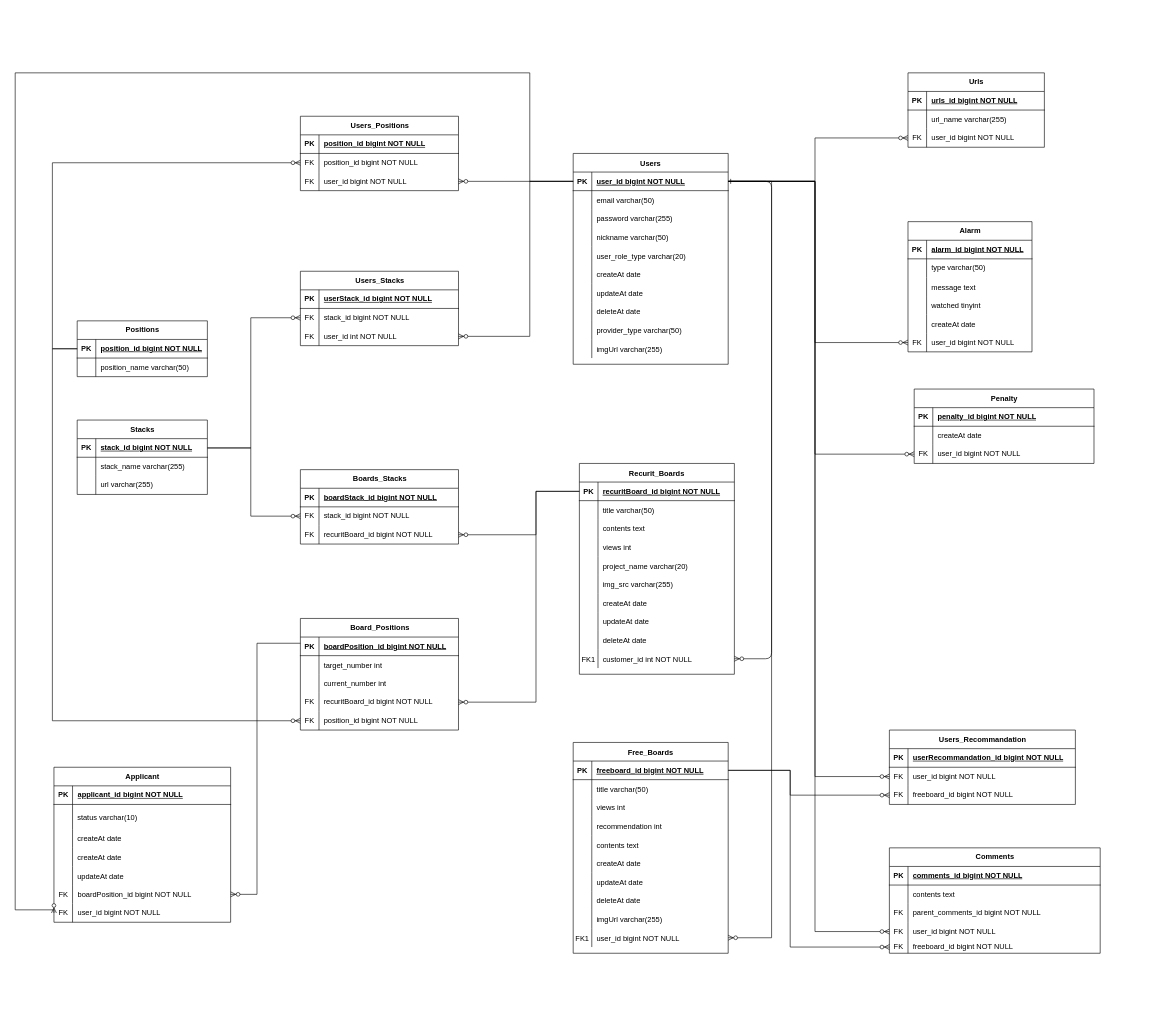
The draw.io diagram server/ERD.drawio in Side-Effect-Team/side-effect-backend, before the edit. Source tidied: cells renumbered, new cells numbered last; positions are measured from the earlier drawing's top-left corner, leaving out a move shared by most shapes. Both pictures are drawn from the tidied source at 62%, with x=0, y=0 at pixel (2, 73).
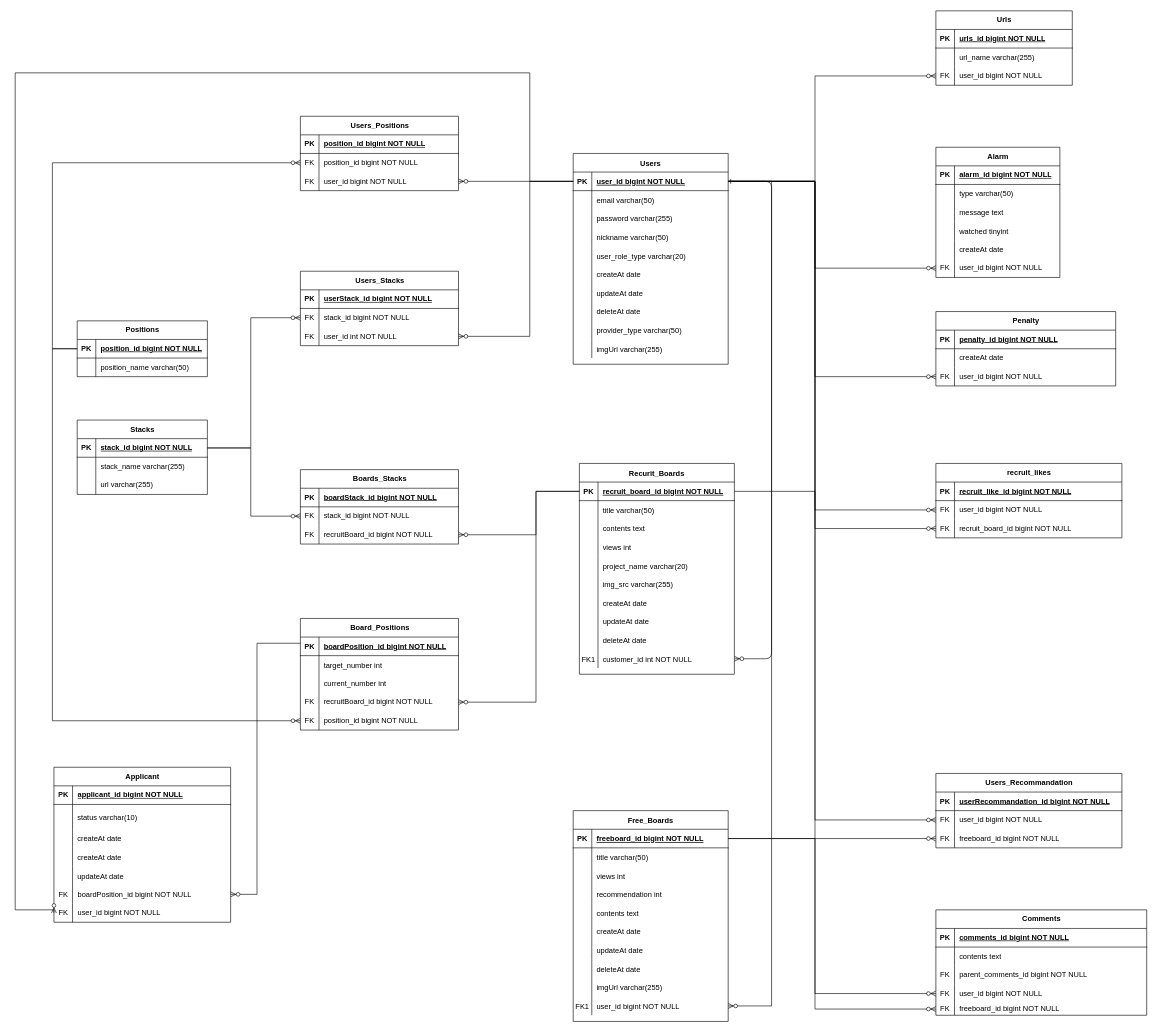
The same page after the edit.

The change refers to these unchanged cells:
```xml
<mxCell id="4" style="shape=partialRectangle;fillColor=none;points=[[0,0.5],[1,0.5]];portConstraint=eastwest;top=0;left=0;right=0;bottom=1;" parent="3" vertex="1">
  <mxGeometry y="30" width="250" height="30" as="geometry" />
</mxCell>
<mxCell id="35" style="shape=partialRectangle;fillColor=none;points=[[0,0.5],[1,0.5]];portConstraint=eastwest;top=0;left=0;right=0;bottom=1;" parent="34" vertex="1">
  <mxGeometry y="30" width="250" height="30" as="geometry" />
</mxCell>
<mxCell id="94" style="shape=tableRow;horizontal=0;startSize=0;swimlaneHead=0;swimlaneBody=0;fillColor=none;points=[[0,0.5],[1,0.5]];portConstraint=eastwest;top=0;left=0;right=0;bottom=0;" parent="87" vertex="1">
  <mxGeometry y="90" width="255" height="30" as="geometry" />
</mxCell>
<mxCell id="118" style="shape=tableRow;horizontal=0;startSize=0;swimlaneHead=0;swimlaneBody=0;fillColor=none;points=[[0,0.5],[1,0.5]];portConstraint=eastwest;top=0;left=0;right=0;bottom=0;" parent="108" vertex="1">
  <mxGeometry y="120" width="255" height="30" as="geometry" />
</mxCell>
<mxCell id="127" style="shape=partialRectangle;fillColor=none;points=[[0,0.5],[1,0.5]];portConstraint=eastwest;top=0;left=0;right=0;bottom=1;" parent="126" vertex="1">
  <mxGeometry y="30" width="250" height="30" as="geometry" />
</mxCell>
<mxCell id="164" style="shape=tableRow;horizontal=0;startSize=0;swimlaneHead=0;swimlaneBody=0;fillColor=none;points=[[0,0.5],[1,0.5]];portConstraint=eastwest;top=0;left=0;right=0;bottom=0;" parent="157" vertex="1">
  <mxGeometry y="90" width="300" height="30" as="geometry" />
</mxCell>
<mxCell id="182" style="shape=tableRow;horizontal=0;startSize=0;swimlaneHead=0;swimlaneBody=0;fillColor=none;points=[[0,0.5],[1,0.5]];portConstraint=eastwest;top=0;left=0;right=0;bottom=0;" parent="169" vertex="1">
  <mxGeometry y="150" width="340" height="20" as="geometry" />
</mxCell>
```

The edit, as a diff of the source:
```diff
@@
-    <mxCell id="6" value="recuritBoard_id bigint NOT NULL " style="shape=partialRectangle;overflow=hidden;fillColor=none;top=0;left=0;bottom=0;right=0;align=left;spacingLeft=6;fontStyle=5;" parent="4" vertex="1">
+    <mxCell id="6" value="recruit_board_id bigint NOT NULL " style="shape=partialRectangle;overflow=hidden;fillColor=none;top=0;left=0;bottom=0;right=0;align=left;spacingLeft=6;fontStyle=5;" parent="4" vertex="1">
       <mxGeometry x="30" width="220" height="30" as="geometry" />
     </mxCell>
@@
-    <mxCell id="96" value="recuritBoard_id bigint NOT NULL" style="shape=partialRectangle;fillColor=none;top=0;left=0;bottom=0;right=0;align=left;spacingLeft=6;fontStyle=0;overflow=hidden;whiteSpace=wrap;html=1;" parent="94" vertex="1">
+    <mxCell id="96" value="recruitBoard_id bigint NOT NULL" style="shape=partialRectangle;fillColor=none;top=0;left=0;bottom=0;right=0;align=left;spacingLeft=6;fontStyle=0;overflow=hidden;whiteSpace=wrap;html=1;" parent="94" vertex="1">
       <mxGeometry x="30" width="225" height="30" as="geometry" />
     </mxCell>
@@
-    <mxCell id="120" value="recuritBoard_id bigint NOT NULL" style="shape=partialRectangle;fillColor=none;top=0;left=0;bottom=0;right=0;align=left;spacingLeft=6;fontStyle=0;overflow=hidden;whiteSpace=wrap;html=1;" parent="118" vertex="1">
+    <mxCell id="120" value="recruitBoard_id bigint NOT NULL" style="shape=partialRectangle;fillColor=none;top=0;left=0;bottom=0;right=0;align=left;spacingLeft=6;fontStyle=0;overflow=hidden;whiteSpace=wrap;html=1;" parent="118" vertex="1">
       <mxGeometry x="30" width="225" height="30" as="geometry" />
     </mxCell>
@@
     <mxCell id="126" value="Free_Boards" style="shape=table;startSize=30;childLayout=tableLayout;rowLines=0;fontStyle=1;align=center;" parent="1" vertex="1">
-      <mxGeometry x="920" y="1080" width="250" height="340" as="geometry" />
+      <mxGeometry x="920" y="1190" width="250" height="340" as="geometry" />
     </mxCell>
@@
     <mxCell id="157" value="Users_Recommandation" style="shape=table;startSize=30;childLayout=tableLayout;rowLines=0;fontStyle=1;align=center;html=1;" parent="1" vertex="1">
-      <mxGeometry x="1430" y="1060" width="300" height="120" as="geometry" />
+      <mxGeometry x="1505" y="1130" width="300" height="120" as="geometry" />
     </mxCell>
@@
     <mxCell id="167" style="edgeStyle=elbowEdgeStyle;fontSize=12;html=1;endArrow=ERzeroToMany;endFill=1;rounded=0;exitX=1;exitY=0.5;exitDx=0;exitDy=0;entryX=0;entryY=0.5;entryDx=0;entryDy=0;" parent="1" edge="1" source="127" target="164">
       <mxGeometry relative="1" as="geometry">
         <Array as="points">
-          <mxPoint x="1270" y="1140" />
+          <mxPoint x="1310" y="1230" />
         </Array>
       </mxGeometry>
     </mxCell>
@@
     <mxCell id="169" value="Comments" style="shape=table;startSize=30;childLayout=tableLayout;rowLines=0;fontStyle=1;align=center;html=1;" parent="1" vertex="1">
-      <mxGeometry x="1430" y="1250" width="340" height="170" as="geometry" />
+      <mxGeometry x="1505" y="1350" width="340" height="170" as="geometry" />
     </mxCell>
@@
     <mxCell id="186" style="edgeStyle=elbowEdgeStyle;fontSize=12;html=1;endArrow=ERzeroToMany;endFill=1;rounded=0;entryX=0;entryY=0.5;entryDx=0;entryDy=0;exitX=1;exitY=0.5;exitDx=0;exitDy=0;" parent="1" edge="1" source="127" target="182">
       <mxGeometry relative="1" as="geometry">
         <Array as="points">
-          <mxPoint x="1270" y="1260" />
+          <mxPoint x="1310" y="1510" />
         </Array>
       </mxGeometry>
     </mxCell>
@@
     <mxCell id="188" value="Alarm" style="shape=table;startSize=30;childLayout=tableLayout;rowLines=0;fontStyle=1;align=center;html=1;" parent="1" vertex="1">
-      <mxGeometry x="1460" y="240" width="200" height="210" as="geometry" />
+      <mxGeometry x="1505" y="120" width="200" height="210" as="geometry" />
     </mxCell>
@@
     <mxCell id="208" value="Penalty" style="shape=table;startSize=30;childLayout=tableLayout;rowLines=0;fontStyle=1;align=center;html=1;" parent="1" vertex="1">
-      <mxGeometry x="1470" y="510" width="290" height="120" as="geometry" />
+      <mxGeometry x="1505" y="385" width="290" height="120" as="geometry" />
     </mxCell>
@@
     <mxCell id="231" value="Urls" style="shape=table;startSize=30;childLayout=tableLayout;rowLines=0;fontStyle=1;align=center;html=1;" parent="1" vertex="1">
-      <mxGeometry x="1460" width="220" height="120" as="geometry" />
+      <mxGeometry x="1505" y="-100" width="220" height="120" as="geometry" />
     </mxCell>
@@
+    <mxCell id="266" value="recruit_likes" style="shape=table;startSize=30;childLayout=tableLayout;rowLines=0;fontStyle=1;align=center;html=1;" parent="1" vertex="1">
+      <mxGeometry x="1505" y="630" width="300" height="120" as="geometry" />
+    </mxCell>
+    <mxCell id="267" style="shape=tableRow;horizontal=0;startSize=0;swimlaneHead=0;swimlaneBody=0;fillColor=none;top=0;left=0;right=0;bottom=1;" parent="266" vertex="1">
+      <mxGeometry y="30" width="300" height="30" as="geometry" />
+    </mxCell>
+    <mxCell id="268" value="PK" style="shape=partialRectangle;fillColor=none;top=0;left=0;bottom=0;right=0;fontStyle=1;overflow=hidden;whiteSpace=wrap;html=1;" parent="267" vertex="1">
+      <mxGeometry width="30" height="30" as="geometry" />
+    </mxCell>
+    <mxCell id="269" value="recruit_like_id bigint NOT NULL" style="shape=partialRectangle;fillColor=none;top=0;left=0;bottom=0;right=0;align=left;spacingLeft=6;fontStyle=5;overflow=hidden;whiteSpace=wrap;html=1;" parent="267" vertex="1">
+      <mxGeometry x="30" width="270" height="30" as="geometry" />
+    </mxCell>
+    <mxCell id="270" style="shape=tableRow;horizontal=0;startSize=0;swimlaneHead=0;swimlaneBody=0;fillColor=none;points=[[0,0.5],[1,0.5]];portConstraint=eastwest;top=0;left=0;right=0;bottom=0;" parent="266" vertex="1">
+      <mxGeometry y="60" width="300" height="30" as="geometry" />
+    </mxCell>
+    <mxCell id="271" value="FK" style="shape=partialRectangle;fillColor=none;top=0;left=0;bottom=0;right=0;fontStyle=0;overflow=hidden;whiteSpace=wrap;html=1;" parent="270" vertex="1">
+      <mxGeometry width="30" height="30" as="geometry" />
+    </mxCell>
+    <mxCell id="272" value="user_id bigint NOT NULL" style="shape=partialRectangle;fillColor=none;top=0;left=0;bottom=0;right=0;align=left;spacingLeft=6;fontStyle=0;overflow=hidden;whiteSpace=wrap;html=1;" parent="270" vertex="1">
+      <mxGeometry x="30" width="270" height="30" as="geometry" />
+    </mxCell>
+    <mxCell id="273" style="shape=tableRow;horizontal=0;startSize=0;swimlaneHead=0;swimlaneBody=0;fillColor=none;points=[[0,0.5],[1,0.5]];portConstraint=eastwest;top=0;left=0;right=0;bottom=0;" parent="266" vertex="1">
+      <mxGeometry y="90" width="300" height="30" as="geometry" />
+    </mxCell>
+    <mxCell id="274" value="FK" style="shape=partialRectangle;fillColor=none;top=0;left=0;bottom=0;right=0;fontStyle=0;overflow=hidden;whiteSpace=wrap;html=1;" parent="273" vertex="1">
+      <mxGeometry width="30" height="30" as="geometry" />
+    </mxCell>
+    <mxCell id="275" value="recruit_board_id bigint NOT NULL" style="shape=partialRectangle;fillColor=none;top=0;left=0;bottom=0;right=0;align=left;spacingLeft=6;fontStyle=0;overflow=hidden;whiteSpace=wrap;html=1;" parent="273" vertex="1">
+      <mxGeometry x="30" width="270" height="30" as="geometry" />
+    </mxCell>
+    <mxCell id="276" style="edgeStyle=elbowEdgeStyle;fontSize=12;html=1;endArrow=ERzeroToMany;endFill=1;rounded=0;entryX=0;entryY=0.5;entryDx=0;entryDy=0;exitX=1;exitY=0.5;exitDx=0;exitDy=0;" parent="1" edge="1" source="35" target="270">
+      <mxGeometry relative="1" as="geometry">
+        <Array as="points">
+          <mxPoint x="1310" y="450" />
+        </Array>
+      </mxGeometry>
+    </mxCell>
+    <mxCell id="277" style="edgeStyle=elbowEdgeStyle;fontSize=12;html=1;endArrow=ERzeroToMany;endFill=1;rounded=0;entryX=0;entryY=0.5;entryDx=0;entryDy=0;exitX=1;exitY=0.5;exitDx=0;exitDy=0;" parent="1" edge="1" source="4" target="273">
+      <mxGeometry relative="1" as="geometry">
+        <Array as="points">
+          <mxPoint x="1310" y="710" />
+        </Array>
+      </mxGeometry>
+    </mxCell>
```
